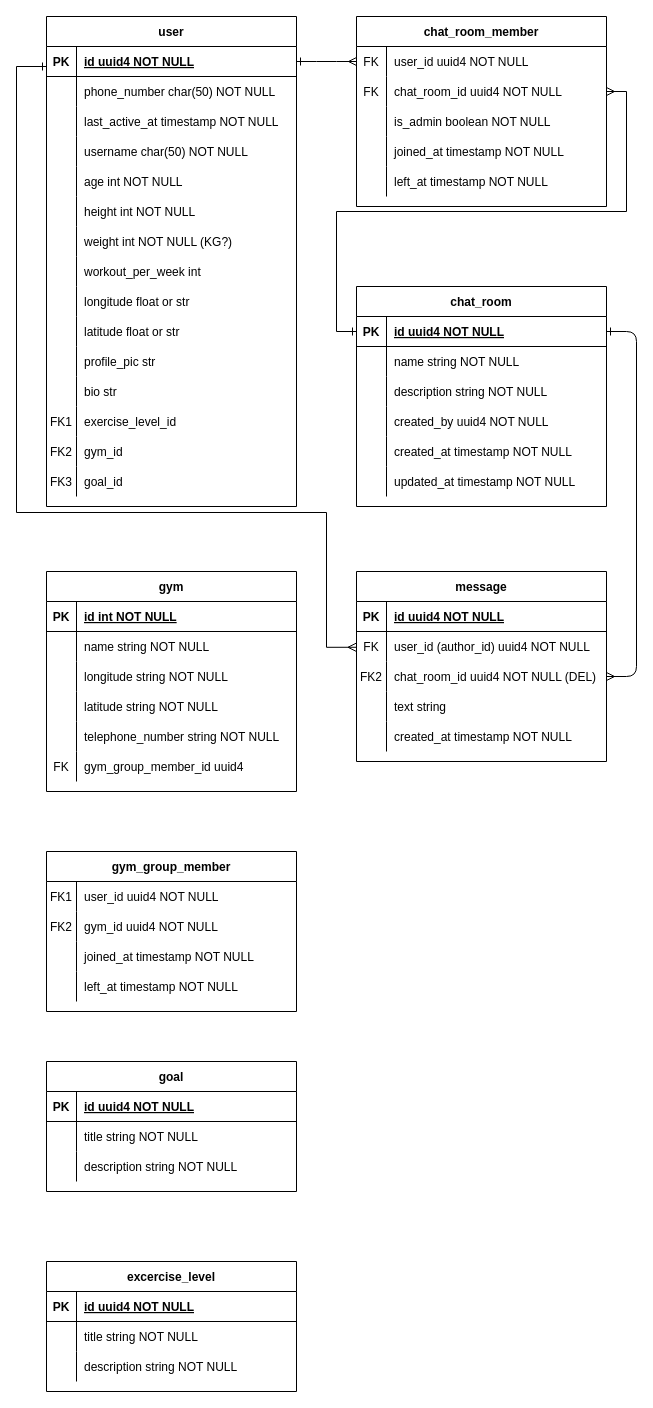
Earlier version of the draw.io diagram WeGoGym/WeGoGym-DB.drawio (ColaboAI/Diagrams). Source tidied: cells renumbered, new cells numbered last; positions are measured from the earlier drawing's top-left corner, leaving out a move shared by most shapes. Both pictures are drawn from the tidied source at 100%, with x=0, y=0 at pixel (16, 16).
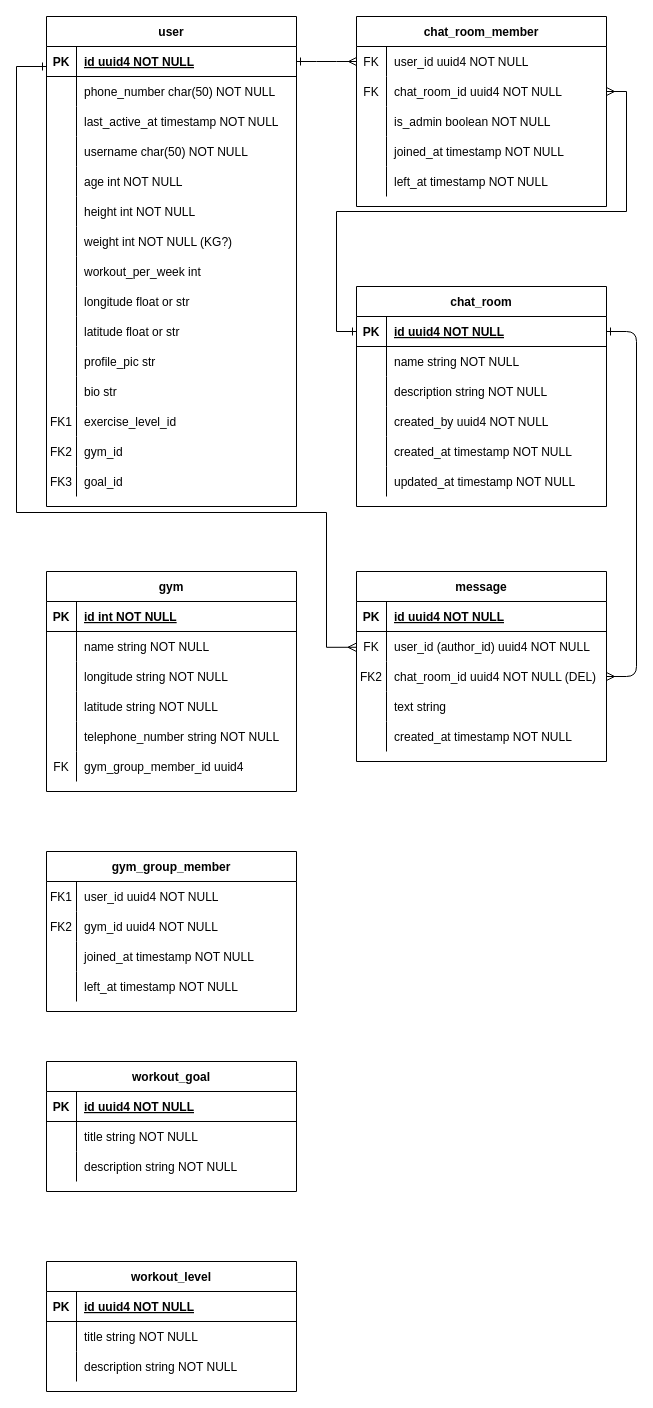
The same page after the edit.

What changed in the source:
```diff
@@
-    <mxCell id="135" value="goal" style="shape=table;startSize=30;childLayout=tableLayout;rowLines=0;fontStyle=1;align=center;" parent="1" vertex="1">
+    <mxCell id="135" value="workout_goal" style="shape=table;startSize=30;childLayout=tableLayout;rowLines=0;fontStyle=1;align=center;" parent="1" vertex="1">
       <mxGeometry x="30" y="1045" width="250" height="130" as="geometry" />
     </mxCell>
@@
-    <mxCell id="145" value="excercise_level" style="shape=table;startSize=30;childLayout=tableLayout;rowLines=0;fontStyle=1;align=center;" parent="1" vertex="1">
+    <mxCell id="145" value="workout_level" style="shape=table;startSize=30;childLayout=tableLayout;rowLines=0;fontStyle=1;align=center;" parent="1" vertex="1">
       <mxGeometry x="30" y="1245" width="250" height="130" as="geometry" />
     </mxCell>
```
